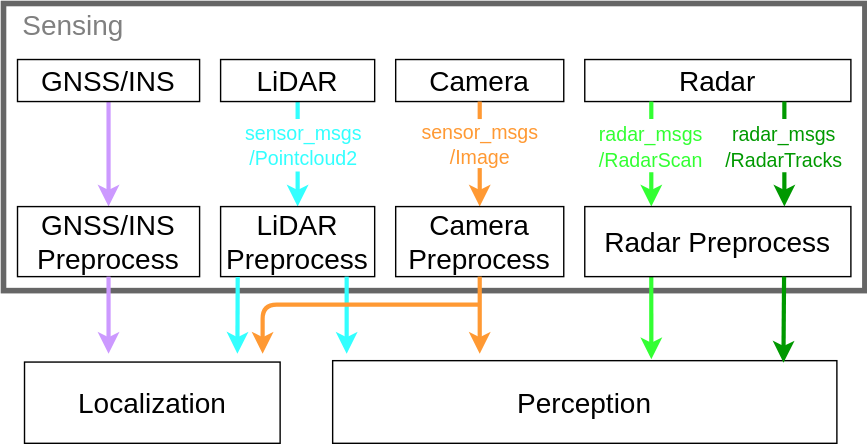
This is docs/design/autoware-architecture/sensing/image/overall-sensing-architecture.drawio.svg from autowarefoundation/autoware-documentation, a draw.io export, as it was before one commit. Source tidied: cells renumbered, new cells last; positions are measured from the earlier drawing's top-left corner, leaving out a move shared by most shapes. Source of this version:
```xml
<mxGraphModel>
  <root>
    <mxCell id="0" />
    <mxCell id="1" parent="0" />
    <mxCell id="2" style="rounded=0;whiteSpace=wrap;html=1;fontSize=16;fontColor=#007FFF;strokeColor=#666666;strokeWidth=4;fillColor=none;" parent="1" vertex="1">
      <mxGeometry width="615" height="205" as="geometry" />
    </mxCell>
    <mxCell id="3" style="endArrow=classic;html=1;strokeWidth=3;exitX=0.5;exitY=1;exitDx=0;exitDy=0;fillColor=#60a917;strokeColor=#FF9933;entryX=0.5;entryY=0;entryDx=0;entryDy=0;startArrow=none;" parent="1" edge="1" source="20" target="10">
      <mxGeometry relative="1" as="geometry" />
    </mxCell>
    <mxCell id="4" value="&lt;font style=&quot;font-size: 20px&quot;&gt;Radar&lt;br&gt;&lt;/font&gt;" style="rounded=0;whiteSpace=wrap;html=1;" parent="1" vertex="1">
      <mxGeometry x="415" y="40" width="190" height="30" as="geometry" />
    </mxCell>
    <mxCell id="5" style="endArrow=classic;html=1;strokeWidth=3;exitX=0.25;exitY=1;exitDx=0;exitDy=0;fillColor=#60a917;strokeColor=#33FF33;entryX=0.632;entryY=-0.018;entryDx=0;entryDy=0;entryPerimeter=0;" parent="1" edge="1" source="7" target="17">
      <mxGeometry relative="1" as="geometry" />
    </mxCell>
    <mxCell id="6" style="endArrow=classic;html=1;strokeWidth=3;exitX=0.25;exitY=1;exitDx=0;exitDy=0;fillColor=#60a917;strokeColor=#33FF33;entryX=0.25;entryY=0;entryDx=0;entryDy=0;" parent="1" edge="1" source="4" target="7">
      <mxGeometry relative="1" as="geometry" />
    </mxCell>
    <mxCell id="7" value="&lt;font style=&quot;font-size: 20px&quot;&gt;Radar Preprocess&lt;br&gt;&lt;/font&gt;" style="rounded=0;whiteSpace=wrap;html=1;" parent="1" vertex="1">
      <mxGeometry x="415" y="145" width="190" height="50" as="geometry" />
    </mxCell>
    <mxCell id="8" value="&lt;font&gt;&lt;font style=&quot;font-size: 14px&quot; color=&quot;#33ff33&quot;&gt;radar_msgs&lt;br&gt;/RadarScan&lt;/font&gt;&lt;br&gt;&lt;/font&gt;" style="text;html=1;strokeColor=none;fillColor=default;align=center;verticalAlign=middle;whiteSpace=wrap;rounded=1;fontSize=15;" parent="1" vertex="1">
      <mxGeometry x="415" y="82.5" width="95" height="38" as="geometry" />
    </mxCell>
    <mxCell id="9" value="&lt;font style=&quot;font-size: 20px&quot;&gt;Camera&lt;br&gt;&lt;/font&gt;" style="rounded=0;whiteSpace=wrap;html=1;" parent="1" vertex="1">
      <mxGeometry x="280" y="40" width="120" height="30" as="geometry" />
    </mxCell>
    <mxCell id="10" value="&lt;font style=&quot;font-size: 20px&quot;&gt;Camera Preprocess&lt;br&gt;&lt;/font&gt;" style="rounded=0;whiteSpace=wrap;html=1;" parent="1" vertex="1">
      <mxGeometry x="280" y="145" width="120" height="50" as="geometry" />
    </mxCell>
    <mxCell id="11" style="endArrow=classic;html=1;strokeWidth=3;exitX=0.5;exitY=1;exitDx=0;exitDy=0;fillColor=#60a917;strokeColor=#FF9933;" parent="1" edge="1" source="10">
      <mxGeometry relative="1" as="geometry">
        <mxPoint x="340" y="250" as="targetPoint" />
      </mxGeometry>
    </mxCell>
    <mxCell id="12" style="endArrow=classic;html=1;strokeWidth=3;exitX=0.5;exitY=1;exitDx=0;exitDy=0;fillColor=#60a917;strokeColor=#33FFFF;entryX=0.5;entryY=0;entryDx=0;entryDy=0;" parent="1" edge="1" source="13" target="14">
      <mxGeometry relative="1" as="geometry" />
    </mxCell>
    <mxCell id="13" value="&lt;font style=&quot;font-size: 20px&quot;&gt;LiDAR&lt;br&gt;&lt;/font&gt;" style="rounded=0;whiteSpace=wrap;html=1;" parent="1" vertex="1">
      <mxGeometry x="155" y="40" width="110" height="30" as="geometry" />
    </mxCell>
    <mxCell id="14" value="&lt;font style=&quot;font-size: 20px&quot;&gt;LiDAR Preprocess&lt;br&gt;&lt;/font&gt;" style="rounded=0;whiteSpace=wrap;html=1;" parent="1" vertex="1">
      <mxGeometry x="155" y="145" width="110" height="50" as="geometry" />
    </mxCell>
    <mxCell id="15" value="&lt;font&gt;&lt;font style=&quot;font-size: 14px&quot; color=&quot;#33ffff&quot;&gt;sensor_msgs&lt;br&gt;/Pointcloud2&lt;/font&gt;&lt;br&gt;&lt;/font&gt;" style="text;html=1;strokeColor=none;fillColor=default;align=center;verticalAlign=middle;whiteSpace=wrap;rounded=1;fontSize=15;" parent="1" vertex="1">
      <mxGeometry x="162.5" y="82.5" width="105" height="37.5" as="geometry" />
    </mxCell>
    <mxCell id="16" style="endArrow=classic;html=1;strokeWidth=3;exitX=0.111;exitY=1.007;exitDx=0;exitDy=0;fillColor=#60a917;strokeColor=#33FFFF;exitPerimeter=0;" parent="1" edge="1" source="14">
      <mxGeometry relative="1" as="geometry">
        <mxPoint x="167" y="250" as="targetPoint" />
      </mxGeometry>
    </mxCell>
    <mxCell id="17" value="&lt;font style=&quot;font-size: 20px&quot;&gt;Perception&lt;br&gt;&lt;/font&gt;" style="rounded=0;whiteSpace=wrap;html=1;" parent="1" vertex="1">
      <mxGeometry x="235" y="255" width="360" height="59" as="geometry" />
    </mxCell>
    <mxCell id="18" style="endArrow=classic;html=1;strokeWidth=3;exitX=0.75;exitY=1;exitDx=0;exitDy=0;fillColor=#60a917;strokeColor=#009900;entryX=0.75;entryY=0;entryDx=0;entryDy=0;" parent="1" edge="1" source="4" target="7">
      <mxGeometry relative="1" as="geometry" />
    </mxCell>
    <mxCell id="19" value="&lt;font&gt;&lt;font style=&quot;font-size: 14px&quot; color=&quot;#009900&quot;&gt;radar_msgs&lt;br&gt;/RadarTracks&lt;/font&gt;&lt;br&gt;&lt;/font&gt;" style="text;html=1;strokeColor=none;fillColor=default;align=center;verticalAlign=middle;whiteSpace=wrap;rounded=1;fontSize=15;" parent="1" vertex="1">
      <mxGeometry x="510" y="82.5" width="95" height="38" as="geometry" />
    </mxCell>
    <mxCell id="20" value="&lt;font&gt;&lt;font style=&quot;font-size: 14px&quot; color=&quot;#ff9933&quot;&gt;sensor_msgs&lt;br&gt;/Image&lt;/font&gt;&lt;br&gt;&lt;/font&gt;" style="text;html=1;strokeColor=none;fillColor=default;align=center;verticalAlign=middle;whiteSpace=wrap;rounded=1;fontSize=15;" parent="1" vertex="1">
      <mxGeometry x="293.8" y="82.5" width="92.5" height="35" as="geometry" />
    </mxCell>
    <mxCell id="21" style="endArrow=none;html=1;strokeWidth=3;exitX=0.5;exitY=1;exitDx=0;exitDy=0;fillColor=#60a917;strokeColor=#FF9933;entryX=0.5;entryY=0;entryDx=0;entryDy=0;" parent="1" edge="1" source="9" target="20">
      <mxGeometry relative="1" as="geometry" />
    </mxCell>
    <mxCell id="22" value="&lt;font style=&quot;font-size: 20px&quot;&gt;Localization&lt;br&gt;&lt;/font&gt;" style="rounded=0;whiteSpace=wrap;html=1;" parent="1" vertex="1">
      <mxGeometry x="15" y="256" width="182.5" height="58" as="geometry" />
    </mxCell>
    <mxCell id="23" style="endArrow=classic;html=1;strokeWidth=3;exitX=0.5;exitY=1;exitDx=0;exitDy=0;fillColor=#60a917;strokeColor=#CC99FF;entryX=0.5;entryY=0;entryDx=0;entryDy=0;" parent="1" edge="1" source="24" target="25">
      <mxGeometry relative="1" as="geometry" />
    </mxCell>
    <mxCell id="24" value="&lt;font style=&quot;font-size: 20px&quot;&gt;GNSS/INS&lt;br&gt;&lt;/font&gt;" style="rounded=0;whiteSpace=wrap;html=1;" parent="1" vertex="1">
      <mxGeometry x="10" y="40" width="130" height="30" as="geometry" />
    </mxCell>
    <mxCell id="25" value="&lt;font style=&quot;font-size: 20px&quot;&gt;GNSS/INS Preprocess&lt;br&gt;&lt;/font&gt;" style="rounded=0;whiteSpace=wrap;html=1;" parent="1" vertex="1">
      <mxGeometry x="10" y="145" width="130" height="50" as="geometry" />
    </mxCell>
    <mxCell id="26" style="endArrow=classic;html=1;strokeWidth=3;exitX=0.5;exitY=1;exitDx=0;exitDy=0;fillColor=#60a917;strokeColor=#CC99FF;" parent="1" edge="1" source="25">
      <mxGeometry relative="1" as="geometry">
        <mxPoint x="75" y="250" as="targetPoint" />
      </mxGeometry>
    </mxCell>
    <mxCell id="27" style="endArrow=classic;html=1;strokeWidth=3;exitX=0.5;exitY=1;exitDx=0;exitDy=0;fillColor=#60a917;strokeColor=#33FFFF;" parent="1" edge="1">
      <mxGeometry relative="1" as="geometry">
        <mxPoint x="245" y="195" as="sourcePoint" />
        <mxPoint x="245" y="250" as="targetPoint" />
      </mxGeometry>
    </mxCell>
    <mxCell id="28" style="endArrow=classic;html=1;strokeWidth=3;fillColor=#60a917;strokeColor=#FF9933;" parent="1" edge="1">
      <mxGeometry relative="1" as="geometry">
        <mxPoint x="340" y="215" as="sourcePoint" />
        <mxPoint x="185" y="250" as="targetPoint" />
        <Array as="points">
          <mxPoint x="185" y="215" />
        </Array>
      </mxGeometry>
    </mxCell>
    <mxCell id="29" value="&lt;font style=&quot;font-size: 20px&quot;&gt;&lt;font color=&quot;#808080&quot;&gt;Sensing&lt;/font&gt;&lt;br&gt;&lt;/font&gt;" style="text;html=1;strokeColor=none;fillColor=none;align=center;verticalAlign=middle;whiteSpace=wrap;rounded=0;fontSize=15;" parent="1" vertex="1">
      <mxGeometry width="100" height="30" as="geometry" />
    </mxCell>
    <mxCell id="30" style="endArrow=classic;html=1;strokeWidth=3;exitX=0.75;exitY=1;exitDx=0;exitDy=0;fillColor=#60a917;strokeColor=#009900;entryX=0.894;entryY=0.024;entryDx=0;entryDy=0;entryPerimeter=0;" parent="1" edge="1" target="17">
      <mxGeometry relative="1" as="geometry">
        <mxPoint x="557.3" y="195" as="sourcePoint" />
      </mxGeometry>
    </mxCell>
  </root>
</mxGraphModel>
```
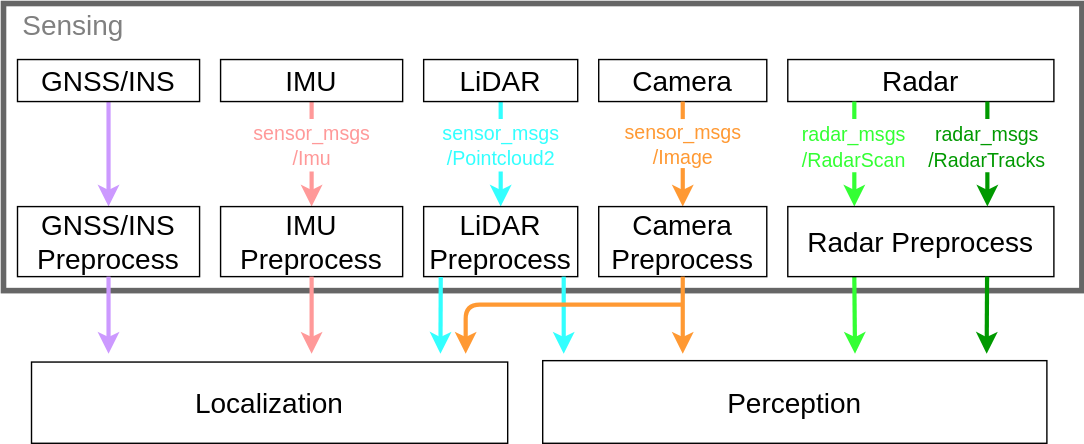
The same file after the commit.

Commit message:
chore: add short description about imu in sensing architecture (#607)

* Add short description of imu in sensing architecture


* make image background transparent


---------

The edit, as a diff of the source:
```diff
@@ -3,7 +3,7 @@
     <mxCell id="0" />
     <mxCell id="1" parent="0" />
     <mxCell id="2" style="rounded=0;whiteSpace=wrap;html=1;fontSize=16;fontColor=#007FFF;strokeColor=#666666;strokeWidth=4;fillColor=none;" parent="1" vertex="1">
-      <mxGeometry width="615" height="205" as="geometry" />
+      <mxGeometry x="-145" width="770" height="205" as="geometry" />
     </mxCell>
     <mxCell id="3" style="endArrow=classic;html=1;strokeWidth=3;exitX=0.5;exitY=1;exitDx=0;exitDy=0;fillColor=#60a917;strokeColor=#FF9933;entryX=0.5;entryY=0;entryDx=0;entryDy=0;startArrow=none;" parent="1" edge="1" source="20" target="10">
       <mxGeometry relative="1" as="geometry" />
@@ -11,8 +11,10 @@
     <mxCell id="4" value="&lt;font style=&quot;font-size: 20px&quot;&gt;Radar&lt;br&gt;&lt;/font&gt;" style="rounded=0;whiteSpace=wrap;html=1;" parent="1" vertex="1">
       <mxGeometry x="415" y="40" width="190" height="30" as="geometry" />
     </mxCell>
-    <mxCell id="5" style="endArrow=classic;html=1;strokeWidth=3;exitX=0.25;exitY=1;exitDx=0;exitDy=0;fillColor=#60a917;strokeColor=#33FF33;entryX=0.632;entryY=-0.018;entryDx=0;entryDy=0;entryPerimeter=0;" parent="1" edge="1" source="7" target="17">
-      <mxGeometry relative="1" as="geometry" />
+    <mxCell id="5" style="endArrow=classic;html=1;strokeWidth=3;exitX=0.25;exitY=1;exitDx=0;exitDy=0;fillColor=#60a917;strokeColor=#33FF33;" parent="1" edge="1" source="7">
+      <mxGeometry relative="1" as="geometry">
+        <mxPoint x="463" y="250" as="targetPoint" />
+      </mxGeometry>
     </mxCell>
     <mxCell id="6" style="endArrow=classic;html=1;strokeWidth=3;exitX=0.25;exitY=1;exitDx=0;exitDy=0;fillColor=#60a917;strokeColor=#33FF33;entryX=0.25;entryY=0;entryDx=0;entryDy=0;" parent="1" edge="1" source="4" target="7">
       <mxGeometry relative="1" as="geometry" />
@@ -44,7 +46,7 @@
       <mxGeometry x="155" y="145" width="110" height="50" as="geometry" />
     </mxCell>
     <mxCell id="15" value="&lt;font&gt;&lt;font style=&quot;font-size: 14px&quot; color=&quot;#33ffff&quot;&gt;sensor_msgs&lt;br&gt;/Pointcloud2&lt;/font&gt;&lt;br&gt;&lt;/font&gt;" style="text;html=1;strokeColor=none;fillColor=default;align=center;verticalAlign=middle;whiteSpace=wrap;rounded=1;fontSize=15;" parent="1" vertex="1">
-      <mxGeometry x="162.5" y="82.5" width="105" height="37.5" as="geometry" />
+      <mxGeometry x="157.5" y="82.5" width="105" height="37.5" as="geometry" />
     </mxCell>
     <mxCell id="16" style="endArrow=classic;html=1;strokeWidth=3;exitX=0.111;exitY=1.007;exitDx=0;exitDy=0;fillColor=#60a917;strokeColor=#33FFFF;exitPerimeter=0;" parent="1" edge="1" source="14">
       <mxGeometry relative="1" as="geometry">
@@ -52,7 +54,7 @@
       </mxGeometry>
     </mxCell>
     <mxCell id="17" value="&lt;font style=&quot;font-size: 20px&quot;&gt;Perception&lt;br&gt;&lt;/font&gt;" style="rounded=0;whiteSpace=wrap;html=1;" parent="1" vertex="1">
-      <mxGeometry x="235" y="255" width="360" height="59" as="geometry" />
+      <mxGeometry x="240" y="255" width="360" height="59" as="geometry" />
     </mxCell>
     <mxCell id="18" style="endArrow=classic;html=1;strokeWidth=3;exitX=0.75;exitY=1;exitDx=0;exitDy=0;fillColor=#60a917;strokeColor=#009900;entryX=0.75;entryY=0;entryDx=0;entryDy=0;" parent="1" edge="1" source="4" target="7">
       <mxGeometry relative="1" as="geometry" />
@@ -67,26 +69,26 @@
       <mxGeometry relative="1" as="geometry" />
     </mxCell>
     <mxCell id="22" value="&lt;font style=&quot;font-size: 20px&quot;&gt;Localization&lt;br&gt;&lt;/font&gt;" style="rounded=0;whiteSpace=wrap;html=1;" parent="1" vertex="1">
-      <mxGeometry x="15" y="256" width="182.5" height="58" as="geometry" />
+      <mxGeometry x="-125" y="256" width="340" height="58" as="geometry" />
     </mxCell>
     <mxCell id="23" style="endArrow=classic;html=1;strokeWidth=3;exitX=0.5;exitY=1;exitDx=0;exitDy=0;fillColor=#60a917;strokeColor=#CC99FF;entryX=0.5;entryY=0;entryDx=0;entryDy=0;" parent="1" edge="1" source="24" target="25">
       <mxGeometry relative="1" as="geometry" />
     </mxCell>
     <mxCell id="24" value="&lt;font style=&quot;font-size: 20px&quot;&gt;GNSS/INS&lt;br&gt;&lt;/font&gt;" style="rounded=0;whiteSpace=wrap;html=1;" parent="1" vertex="1">
-      <mxGeometry x="10" y="40" width="130" height="30" as="geometry" />
+      <mxGeometry x="-135" y="40" width="130" height="30" as="geometry" />
     </mxCell>
     <mxCell id="25" value="&lt;font style=&quot;font-size: 20px&quot;&gt;GNSS/INS Preprocess&lt;br&gt;&lt;/font&gt;" style="rounded=0;whiteSpace=wrap;html=1;" parent="1" vertex="1">
-      <mxGeometry x="10" y="145" width="130" height="50" as="geometry" />
+      <mxGeometry x="-135" y="145" width="130" height="50" as="geometry" />
     </mxCell>
     <mxCell id="26" style="endArrow=classic;html=1;strokeWidth=3;exitX=0.5;exitY=1;exitDx=0;exitDy=0;fillColor=#60a917;strokeColor=#CC99FF;" parent="1" edge="1" source="25">
       <mxGeometry relative="1" as="geometry">
-        <mxPoint x="75" y="250" as="targetPoint" />
+        <mxPoint x="-70" y="250" as="targetPoint" />
       </mxGeometry>
     </mxCell>
     <mxCell id="27" style="endArrow=classic;html=1;strokeWidth=3;exitX=0.5;exitY=1;exitDx=0;exitDy=0;fillColor=#60a917;strokeColor=#33FFFF;" parent="1" edge="1">
       <mxGeometry relative="1" as="geometry">
-        <mxPoint x="245" y="195" as="sourcePoint" />
-        <mxPoint x="245" y="250" as="targetPoint" />
+        <mxPoint x="255" y="195" as="sourcePoint" />
+        <mxPoint x="255" y="250" as="targetPoint" />
       </mxGeometry>
     </mxCell>
     <mxCell id="28" style="endArrow=classic;html=1;strokeWidth=3;fillColor=#60a917;strokeColor=#FF9933;" parent="1" edge="1">
@@ -99,12 +101,30 @@
       </mxGeometry>
     </mxCell>
     <mxCell id="29" value="&lt;font style=&quot;font-size: 20px&quot;&gt;&lt;font color=&quot;#808080&quot;&gt;Sensing&lt;/font&gt;&lt;br&gt;&lt;/font&gt;" style="text;html=1;strokeColor=none;fillColor=none;align=center;verticalAlign=middle;whiteSpace=wrap;rounded=0;fontSize=15;" parent="1" vertex="1">
-      <mxGeometry width="100" height="30" as="geometry" />
+      <mxGeometry x="-145" width="100" height="30" as="geometry" />
     </mxCell>
-    <mxCell id="30" style="endArrow=classic;html=1;strokeWidth=3;exitX=0.75;exitY=1;exitDx=0;exitDy=0;fillColor=#60a917;strokeColor=#009900;entryX=0.894;entryY=0.024;entryDx=0;entryDy=0;entryPerimeter=0;" parent="1" edge="1" target="17">
+    <mxCell id="30" style="endArrow=classic;html=1;strokeWidth=3;exitX=0.75;exitY=1;exitDx=0;exitDy=0;fillColor=#60a917;strokeColor=#009900;" parent="1" edge="1">
       <mxGeometry relative="1" as="geometry">
         <mxPoint x="557.3" y="195" as="sourcePoint" />
+        <mxPoint x="557" y="250" as="targetPoint" />
       </mxGeometry>
     </mxCell>
+    <mxCell id="31" style="endArrow=classic;html=1;strokeWidth=3;exitX=0.5;exitY=1;exitDx=0;exitDy=0;fillColor=#f8cecc;strokeColor=#FF9999;entryX=0.5;entryY=0;entryDx=0;entryDy=0;" parent="1" edge="1" source="32" target="33">
+      <mxGeometry relative="1" as="geometry" />
+    </mxCell>
+    <mxCell id="32" value="&lt;font style=&quot;font-size: 20px;&quot;&gt;IMU&lt;/font&gt;" style="rounded=0;whiteSpace=wrap;html=1;" parent="1" vertex="1">
+      <mxGeometry x="10" y="40" width="130" height="30" as="geometry" />
+    </mxCell>
+    <mxCell id="33" value="&lt;font style=&quot;font-size: 20px&quot;&gt;IMU Preprocess&lt;br&gt;&lt;/font&gt;" style="rounded=0;whiteSpace=wrap;html=1;" parent="1" vertex="1">
+      <mxGeometry x="10" y="145" width="130" height="50" as="geometry" />
+    </mxCell>
+    <mxCell id="34" style="endArrow=classic;html=1;strokeWidth=3;exitX=0.5;exitY=1;exitDx=0;exitDy=0;fillColor=#60a917;strokeColor=#FF9999;entryX=0.5;entryY=1;entryDx=0;entryDy=0;" parent="1" edge="1" source="33">
+      <mxGeometry relative="1" as="geometry">
+        <mxPoint x="75" y="250" as="targetPoint" />
+      </mxGeometry>
+    </mxCell>
+    <mxCell id="35" value="&lt;font color=&quot;#ff9999&quot;&gt;&lt;font style=&quot;font-size: 14px&quot;&gt;sensor_msgs&lt;br&gt;/Imu&lt;/font&gt;&lt;br&gt;&lt;/font&gt;" style="text;html=1;strokeColor=none;fillColor=default;align=center;verticalAlign=middle;whiteSpace=wrap;rounded=1;fontSize=15;" parent="1" vertex="1">
+      <mxGeometry x="22.5" y="82.5" width="105" height="37.5" as="geometry" />
+    </mxCell>
   </root>
 </mxGraphModel>
```
